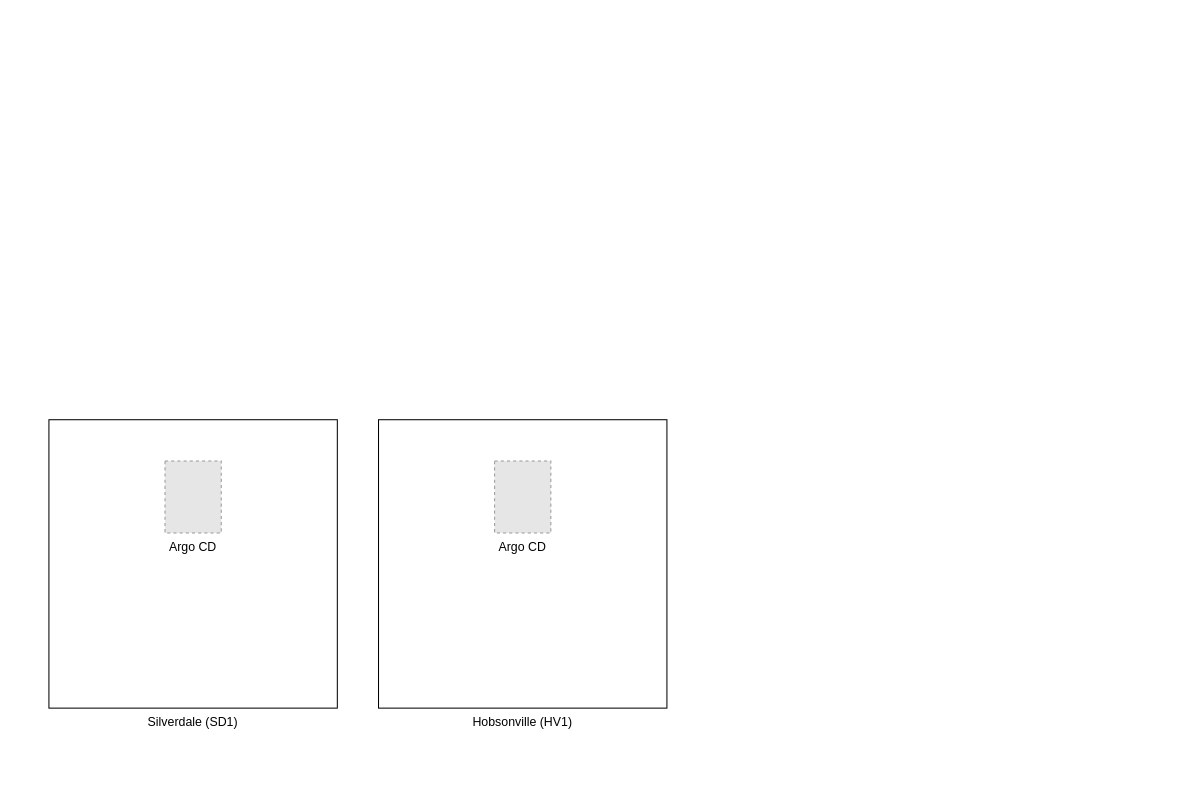
Earlier version of the draw.io diagram DR-SD1-HV1.drawio (AT-JohnnyChien/draw.io). Source tidied: cells renumbered, new cells numbered last; positions are measured from the earlier drawing's top-left corner, leaving out a move shared by most shapes. Both pictures are drawn from the tidied source at 103%, with x=0, y=0 at pixel (48, 419). Pictures stored in the file or linked from it are replaced by grey dashed boxes.
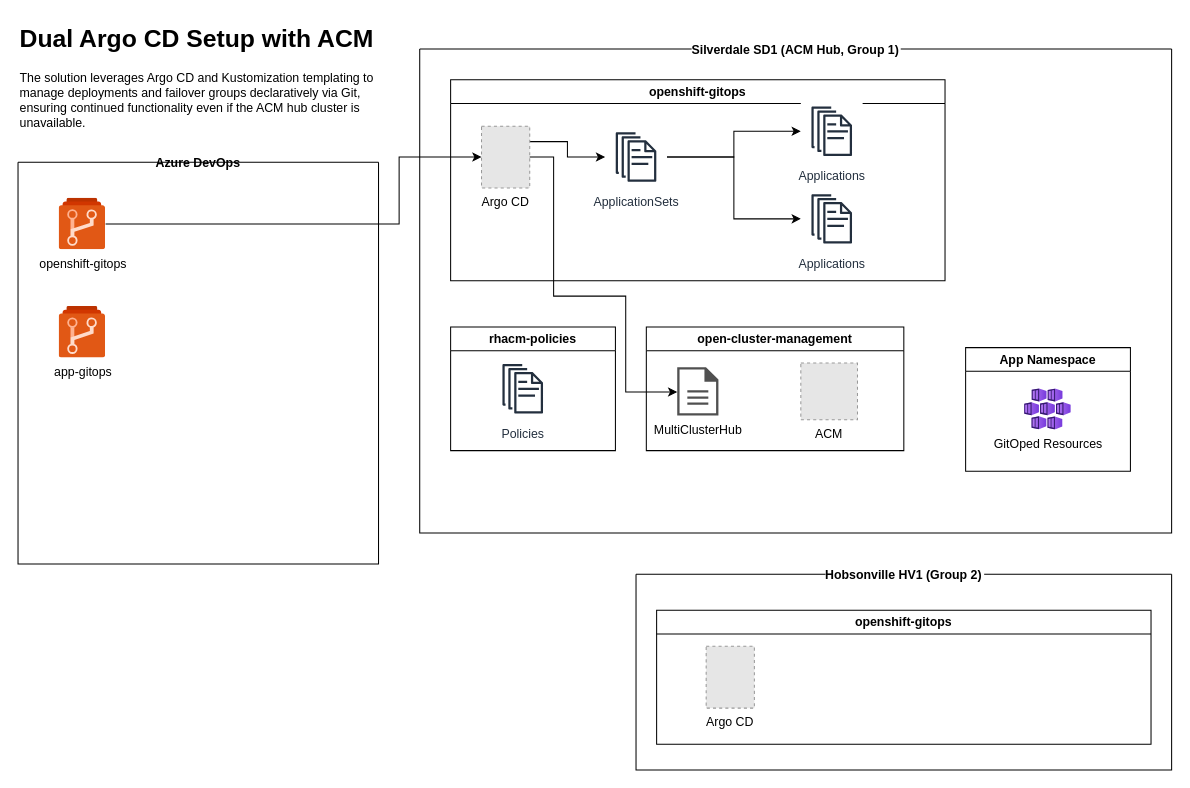
After the change.

Change to the diagram source:
```diff
@@
-    <mxCell id="2" value="Silverdale (SD1)" style="whiteSpace=wrap;html=1;labelPosition=center;verticalLabelPosition=bottom;align=center;verticalAlign=top;" parent="1" vertex="1">
-      <mxGeometry width="280" height="280" as="geometry" />
-    </mxCell>
-    <mxCell id="3" value="Hobsonville (HV1)" style="whiteSpace=wrap;html=1;labelPosition=center;verticalLabelPosition=bottom;align=center;verticalAlign=top;" parent="1" vertex="1">
-      <mxGeometry x="320" width="280" height="280" as="geometry" />
-    </mxCell>
-    <mxCell id="4" value="Argo CD" style="fillColor=#E6E6E6;strokeColor=#999999;dashed=1;verticalLabelPosition=bottom;verticalAlign=top;" parent="1" vertex="1">
-      <mxGeometry x="112.7" y="40" width="54.6" height="70" as="geometry" />
-    </mxCell>
-    <mxCell id="5" value="Argo CD" style="fillColor=#E6E6E6;strokeColor=#999999;dashed=1;verticalLabelPosition=bottom;verticalAlign=top;" parent="1" vertex="1">
-      <mxGeometry x="432.7" y="40" width="54.6" height="70" as="geometry" />
-    </mxCell>
+    <mxCell id="6" value="Hobsonville HV1 (Group 2)" style="swimlane;startSize=0;labelBackgroundColor=default;" parent="1" vertex="1">
+      <mxGeometry x="570" y="150" width="520" height="190" as="geometry" />
+    </mxCell>
+    <mxCell id="7" value="openshift-gitops" style="swimlane;whiteSpace=wrap;html=1;align=center;" parent="6" vertex="1">
+      <mxGeometry x="20" y="35" width="480" height="130" as="geometry" />
+    </mxCell>
+    <mxCell id="8" value="Argo CD" style="fillColor=#E6E6E6;strokeColor=#999999;dashed=1;verticalLabelPosition=bottom;verticalAlign=top;" parent="7" vertex="1">
+      <mxGeometry x="48.1" y="35" width="46.8" height="60" as="geometry" />
+    </mxCell>
+    <mxCell id="9" value="&lt;h1 style=&quot;margin-top: 0px;&quot;&gt;Dual Argo CD Setup with ACM&lt;/h1&gt;&lt;p&gt;The solution leverages Argo CD and Kustomization templating to manage deployments and failover groups declaratively via Git, ensuring continued functionality even if the ACM hub cluster is unavailable.&lt;/p&gt;&lt;p&gt;&lt;/p&gt;" style="text;html=1;whiteSpace=wrap;overflow=hidden;rounded=0;" parent="1" vertex="1">
+      <mxGeometry x="-30" y="-390" width="360" height="120" as="geometry" />
+    </mxCell>
+    <mxCell id="10" value="Azure DevOps" style="swimlane;startSize=0;" parent="1" vertex="1">
+      <mxGeometry x="-30" y="-250" width="350" height="390" as="geometry" />
+    </mxCell>
+    <mxCell id="11" value="openshift-gitops" style="image;sketch=0;html=1;points=[];align=center;fontSize=12;image=img/lib/mscae/Azure_Repos.svg;" parent="10" vertex="1">
+      <mxGeometry x="40" y="35" width="45" height="50" as="geometry" />
+    </mxCell>
+    <mxCell id="12" value="app-gitops" style="image;sketch=0;html=1;align=center;fontSize=12;image=img/lib/mscae/Azure_Repos.svg;" parent="10" vertex="1">
+      <mxGeometry x="40" y="140" width="45" height="50" as="geometry" />
+    </mxCell>
+    <mxCell id="13" value="Silverdale SD1 (ACM Hub, Group 1)" style="swimlane;startSize=0;labelBackgroundColor=default;" parent="1" vertex="1">
+      <mxGeometry x="360" y="-360" width="730" height="470" as="geometry" />
+    </mxCell>
+    <mxCell id="14" value="openshift-gitops" style="swimlane;whiteSpace=wrap;html=1;align=center;" parent="13" vertex="1">
+      <mxGeometry x="30" y="30" width="480" height="195" as="geometry" />
+    </mxCell>
+    <mxCell id="15" style="edgeStyle=orthogonalEdgeStyle;rounded=0;jettySize=auto;html=1;exitX=1;exitY=0.25;exitDx=0;exitDy=0;" parent="14" edge="1" source="16" target="19">
+      <mxGeometry relative="1" as="geometry" />
+    </mxCell>
+    <mxCell id="16" value="Argo CD" style="fillColor=#E6E6E6;strokeColor=#999999;dashed=1;verticalLabelPosition=bottom;verticalAlign=top;" parent="14" vertex="1">
+      <mxGeometry x="30" y="45" width="46.8" height="60" as="geometry" />
+    </mxCell>
+    <mxCell id="17" style="edgeStyle=orthogonalEdgeStyle;rounded=0;jettySize=auto;html=1;" parent="14" edge="1" source="19" target="20">
+      <mxGeometry relative="1" as="geometry" />
+    </mxCell>
+    <mxCell id="18" style="edgeStyle=orthogonalEdgeStyle;rounded=0;jettySize=auto;html=1;" parent="14" edge="1" source="19" target="21">
+      <mxGeometry relative="1" as="geometry" />
+    </mxCell>
+    <mxCell id="19" value="ApplicationSets" style="sketch=0;outlineConnect=0;fontColor=#232F3E;gradientColor=none;strokeColor=#232F3E;fillColor=#ffffff;dashed=0;verticalLabelPosition=bottom;verticalAlign=top;align=center;html=1;fontSize=12;fontStyle=0;shape=mxgraph.aws4.resourceIcon;resIcon=mxgraph.aws4.documents;" parent="14" vertex="1">
+      <mxGeometry x="150" y="45" width="60" height="60" as="geometry" />
+    </mxCell>
+    <mxCell id="20" value="Applications" style="sketch=0;outlineConnect=0;fontColor=#232F3E;gradientColor=none;strokeColor=#232F3E;fillColor=#ffffff;dashed=0;verticalLabelPosition=bottom;verticalAlign=top;align=center;html=1;fontSize=12;fontStyle=0;shape=mxgraph.aws4.resourceIcon;resIcon=mxgraph.aws4.documents;" parent="14" vertex="1">
+      <mxGeometry x="340" y="105" width="60" height="60" as="geometry" />
+    </mxCell>
+    <mxCell id="21" value="Applications" style="sketch=0;outlineConnect=0;fontColor=#232F3E;gradientColor=none;strokeColor=#232F3E;fillColor=#ffffff;dashed=0;verticalLabelPosition=bottom;verticalAlign=top;align=center;html=1;fontSize=12;fontStyle=0;shape=mxgraph.aws4.resourceIcon;resIcon=mxgraph.aws4.documents;" parent="14" vertex="1">
+      <mxGeometry x="340" y="20" width="60" height="60" as="geometry" />
+    </mxCell>
+    <mxCell id="22" value="rhacm-policies" style="swimlane;whiteSpace=wrap;html=1;align=center;" parent="13" vertex="1">
+      <mxGeometry x="30" y="270" width="160" height="120" as="geometry" />
+    </mxCell>
+    <mxCell id="23" value="Policies" style="sketch=0;fontColor=#232F3E;gradientColor=none;strokeColor=#232F3E;fillColor=#ffffff;dashed=0;verticalLabelPosition=bottom;verticalAlign=top;align=center;html=1;fontSize=12;fontStyle=0;shape=mxgraph.aws4.resourceIcon;resIcon=mxgraph.aws4.documents;" parent="22" vertex="1">
+      <mxGeometry x="40" y="30" width="60" height="60" as="geometry" />
+    </mxCell>
+    <mxCell id="24" value="open-cluster-management" style="swimlane;whiteSpace=wrap;html=1;align=center;" parent="13" vertex="1">
+      <mxGeometry x="220" y="270" width="250" height="120" as="geometry" />
+    </mxCell>
+    <mxCell id="25" value="ACM" style="fillColor=#E6E6E6;strokeColor=#999999;dashed=1;verticalLabelPosition=bottom;verticalAlign=top;" parent="24" vertex="1">
+      <mxGeometry x="150" y="35" width="55" height="55" as="geometry" />
+    </mxCell>
+    <mxCell id="26" value="MultiClusterHub" style="sketch=0;shadow=0;dashed=0;html=1;strokeColor=none;fillColor=#505050;labelPosition=center;verticalLabelPosition=bottom;verticalAlign=top;outlineConnect=0;align=center;shape=mxgraph.office.concepts.document;" parent="24" vertex="1">
+      <mxGeometry x="30" y="39" width="40" height="47" as="geometry" />
+    </mxCell>
+    <mxCell id="27" value="App Namespace" style="swimlane;whiteSpace=wrap;html=1;align=center;" parent="13" vertex="1">
+      <mxGeometry x="530" y="290" width="160" height="120" as="geometry" />
+    </mxCell>
+    <mxCell id="28" value="GitOped Resources" style="image;html=1;align=center;fontSize=12;image=img/lib/azure2/compute/Kubernetes_Services.svg;" parent="27" vertex="1">
+      <mxGeometry x="57.3" y="40" width="45.3" height="40" as="geometry" />
+    </mxCell>
+    <mxCell id="29" style="edgeStyle=orthogonalEdgeStyle;rounded=0;jettySize=auto;html=1;exitX=1;exitY=0.5;exitDx=0;exitDy=0;" parent="13" edge="1" source="16" target="26">
+      <mxGeometry relative="1" as="geometry">
+        <Array as="points">
+          <mxPoint x="130" y="105" />
+          <mxPoint x="130" y="240" />
+          <mxPoint x="200" y="240" />
+          <mxPoint x="200" y="333" />
+        </Array>
+      </mxGeometry>
+    </mxCell>
+    <mxCell id="30" style="edgeStyle=orthogonalEdgeStyle;rounded=0;jettySize=auto;html=1;entryX=0;entryY=0.5;entryDx=0;entryDy=0;" parent="1" edge="1" source="11" target="16">
+      <mxGeometry relative="1" as="geometry">
+        <Array as="points">
+          <mxPoint x="113" y="-190" />
+          <mxPoint x="340" y="-190" />
+          <mxPoint x="340" y="-255" />
+        </Array>
+      </mxGeometry>
+    </mxCell>
```
